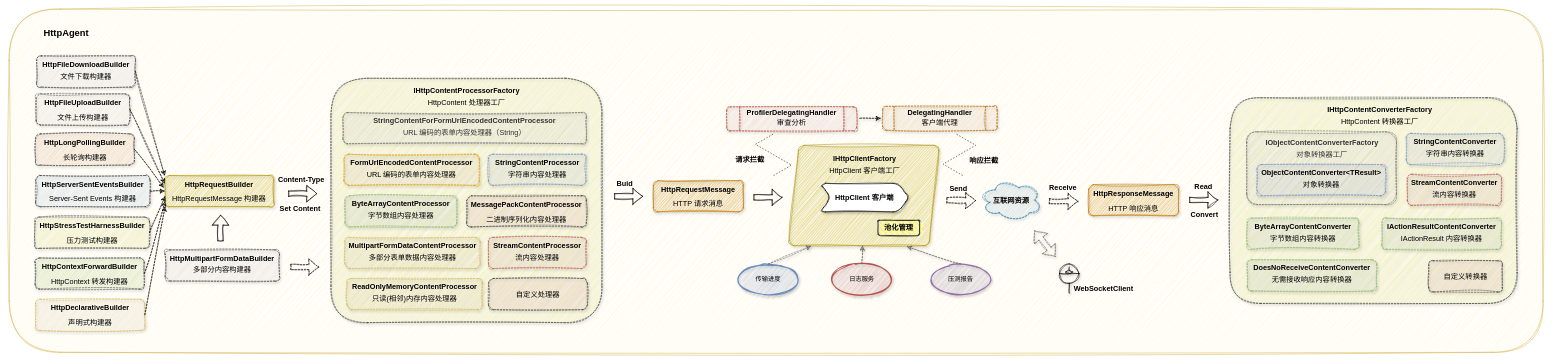
The draw.io diagram drawio/HttpAgent.drawio in MonkSoul/HttpAgent, before the edit. Source tidied: cells renumbered, new cells numbered last; positions are measured from the earlier drawing's top-left corner, leaving out a move shared by most shapes. Both pictures are drawn from the tidied source at 52%, with x=0, y=0 at pixel (9, 9).
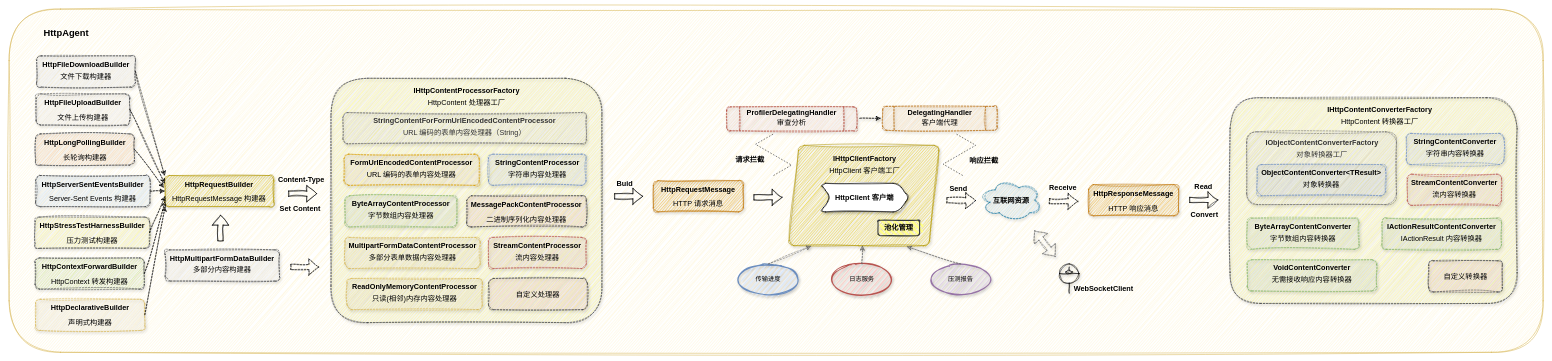
Above is the later version.

Diff of the diagram source:
```diff
@@
-    <mxCell id="76" value="DoesNoReceiveContentConverter&lt;div style=&quot;line-height: 200%;&quot;&gt;&lt;span style=&quot;font-weight: 400;&quot;&gt;无需接收响应内容转换器&lt;/span&gt;&lt;br&gt;&lt;/div&gt;" style="rounded=1;whiteSpace=wrap;html=1;fontSize=14;fontStyle=1;labelBackgroundColor=none;glass=0;shadow=1;sketch=1;curveFitting=1;jiggle=2;fillColor=#d5e8d4;strokeColor=#82b366;dashed=1;" parent="1" vertex="1">
+    <mxCell id="76" value="VoidContentConverter&lt;div style=&quot;line-height: 200%;&quot;&gt;&lt;span style=&quot;font-weight: 400;&quot;&gt;无需接收响应内容转换器&lt;/span&gt;&lt;br&gt;&lt;/div&gt;" style="rounded=1;whiteSpace=wrap;html=1;fontSize=14;fontStyle=1;labelBackgroundColor=none;glass=0;shadow=1;sketch=1;curveFitting=1;jiggle=2;fillColor=#d5e8d4;strokeColor=#82b366;dashed=1;" parent="1" vertex="1">
       <mxGeometry x="2381" y="482" width="249" height="60" as="geometry" />
     </mxCell>
```
